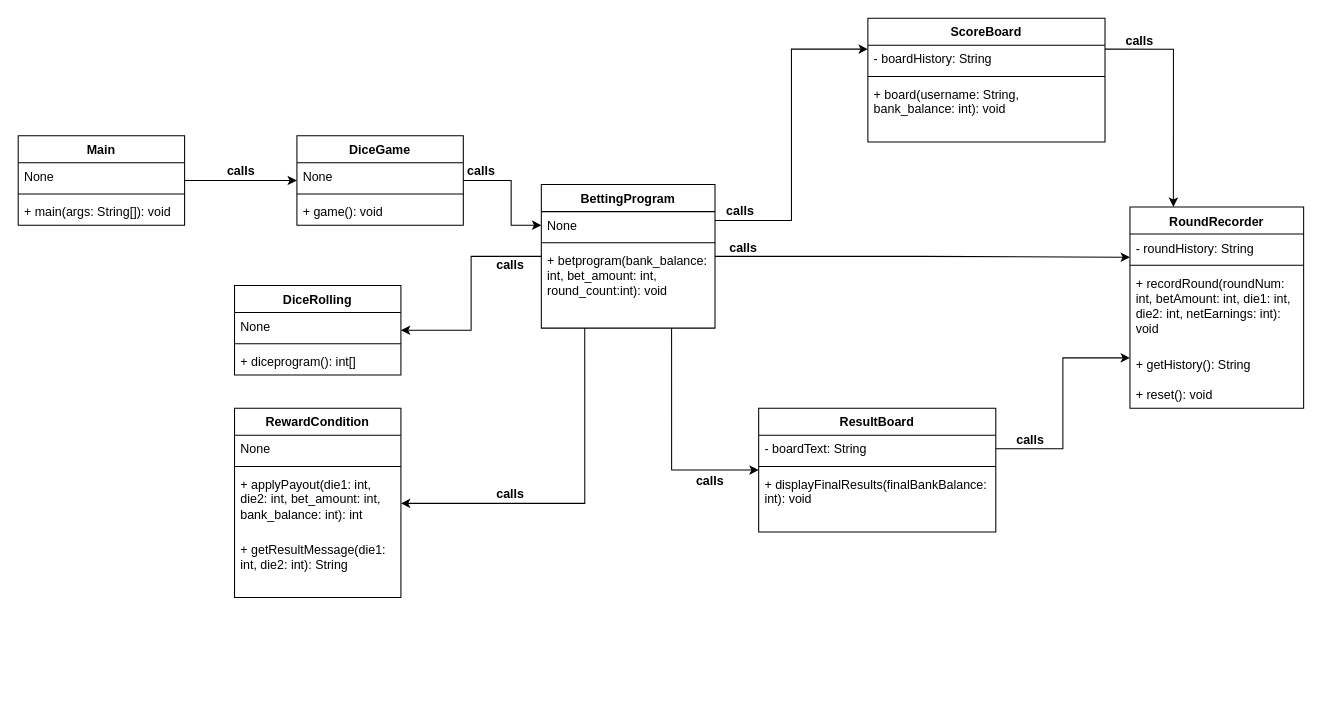
Above: Java School Projects/40841063_HLUM HTET AUNG Coursework 2/Class diagram.drawio in hlumhtetaung/projects (draw.io), before the change. Source tidied: cells renumbered, new cells numbered last; positions are measured from the earlier drawing's top-left corner, leaving out a move shared by most shapes. Both pictures are drawn from the tidied source at 104%, with x=0, y=0 at pixel (18, 18).
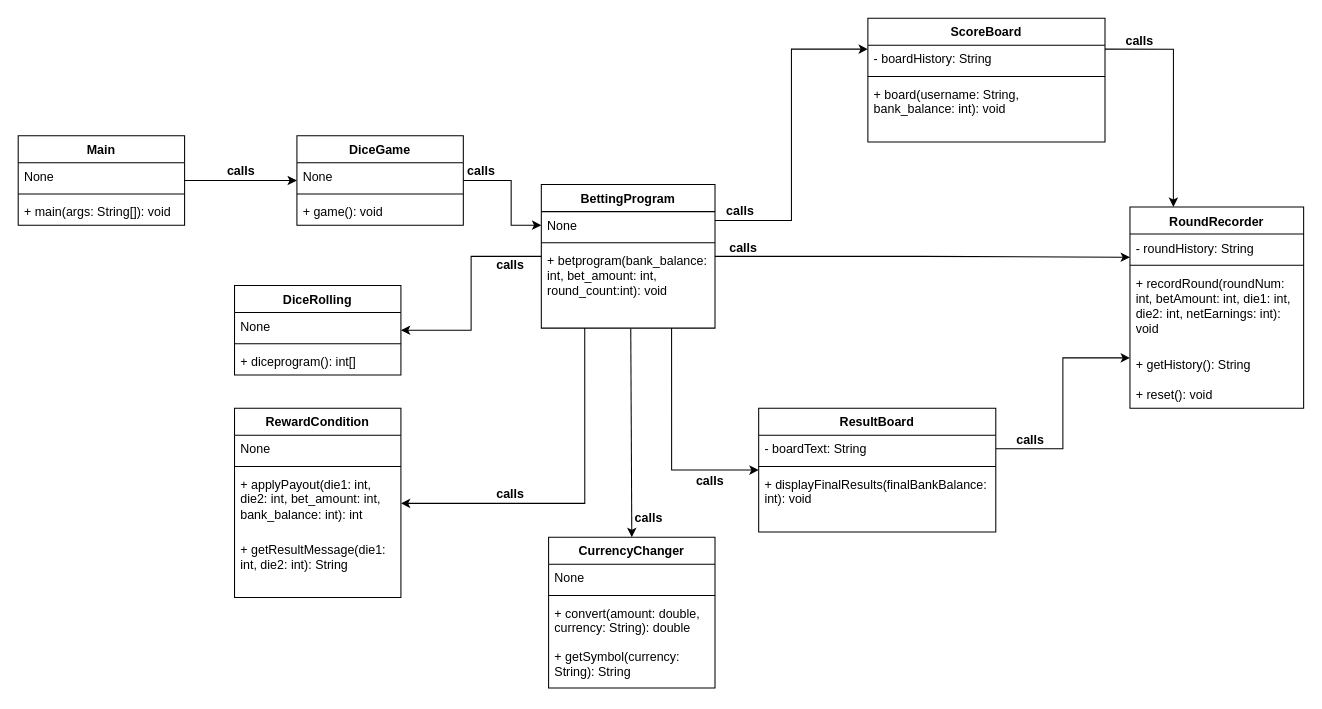
Above is the later version.

Commit message (it also covers changes not shown here):
Added Currency Changer class

The change refers to these unchanged cells:
```xml
<mxCell id="21" value="+ betprogram(bank_balance: int, bet_amount: int, round_count:int): void" style="text;strokeColor=none;fillColor=none;align=left;verticalAlign=top;spacingLeft=4;spacingRight=4;overflow=hidden;points=[[0,0.5],[1,0.5]];portConstraint=eastwest;whiteSpace=wrap;html=1;" parent="18" vertex="1">
  <mxGeometry y="60" width="167" height="78" as="geometry" />
</mxCell>
```

What changed in the source:
```diff
@@
+    <mxCell id="55" value="CurrencyChanger" style="swimlane;fontStyle=1;align=center;verticalAlign=top;horizontal=1;startSize=26;whiteSpace=wrap;html=1;" parent="1" vertex="1">
+      <mxGeometry x="510" y="499" width="160" height="145" as="geometry" />
+    </mxCell>
+    <mxCell id="56" value="None" style="text;strokeColor=none;fillColor=none;align=left;verticalAlign=top;spacingLeft=4;spacingRight=4;overflow=hidden;whiteSpace=wrap;html=1;" parent="55" vertex="1">
+      <mxGeometry y="26" width="160" height="26" as="geometry" />
+    </mxCell>
+    <mxCell id="57" style="line;strokeWidth=1;fillColor=none;align=left;verticalAlign=middle;spacingTop=-1;spacingLeft=3;spacingRight=3;labelPosition=right;strokeColor=inherit;" parent="55" vertex="1">
+      <mxGeometry y="52" width="160" height="8" as="geometry" />
+    </mxCell>
+    <mxCell id="58" value="+ convert(amount: double, currency: String): double" style="text;strokeColor=none;fillColor=none;align=left;verticalAlign=top;spacingLeft=4;spacingRight=4;overflow=hidden;whiteSpace=wrap;html=1;" parent="55" vertex="1">
+      <mxGeometry y="60" width="160" height="42" as="geometry" />
+    </mxCell>
+    <mxCell id="59" value="+ getSymbol(currency: String): String" style="text;strokeColor=none;fillColor=none;align=left;verticalAlign=top;spacingLeft=4;spacingRight=4;overflow=hidden;whiteSpace=wrap;html=1;" parent="55" vertex="1">
+      <mxGeometry y="102" width="160" height="43" as="geometry" />
+    </mxCell>
+    <mxCell id="60" style="endArrow=classic;html=1;rounded=0;exitX=0.515;exitY=1.006;exitDx=0;exitDy=0;exitPerimeter=0;entryX=0.5;entryY=0;entryDx=0;entryDy=0;" parent="1" edge="1" source="21" target="55">
+      <mxGeometry relative="1" as="geometry" />
+    </mxCell>
+    <mxCell id="61" value="calls" style="text;align=center;fontStyle=1;verticalAlign=middle;spacingLeft=3;spacingRight=3;strokeColor=none;html=1;" parent="1" vertex="1">
+      <mxGeometry x="566" y="468" width="80" height="26" as="geometry" />
+    </mxCell>
```
